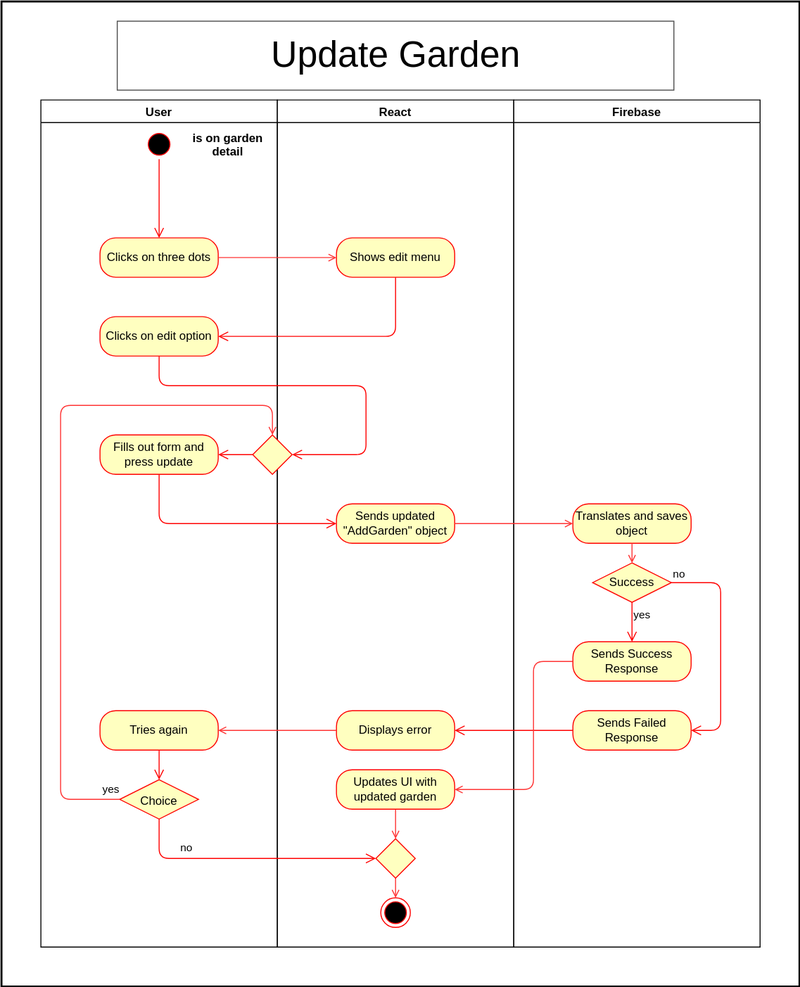
Before: docs/assets/svg/useCaseDiagrams/updateGarden.drawio.svg, a diagram exported from draw.io (Green-Fingers-App/gardeningApp). Source tidied: cells renumbered, new cells last; positions are measured from the earlier drawing's top-left corner, leaving out a move shared by most shapes.
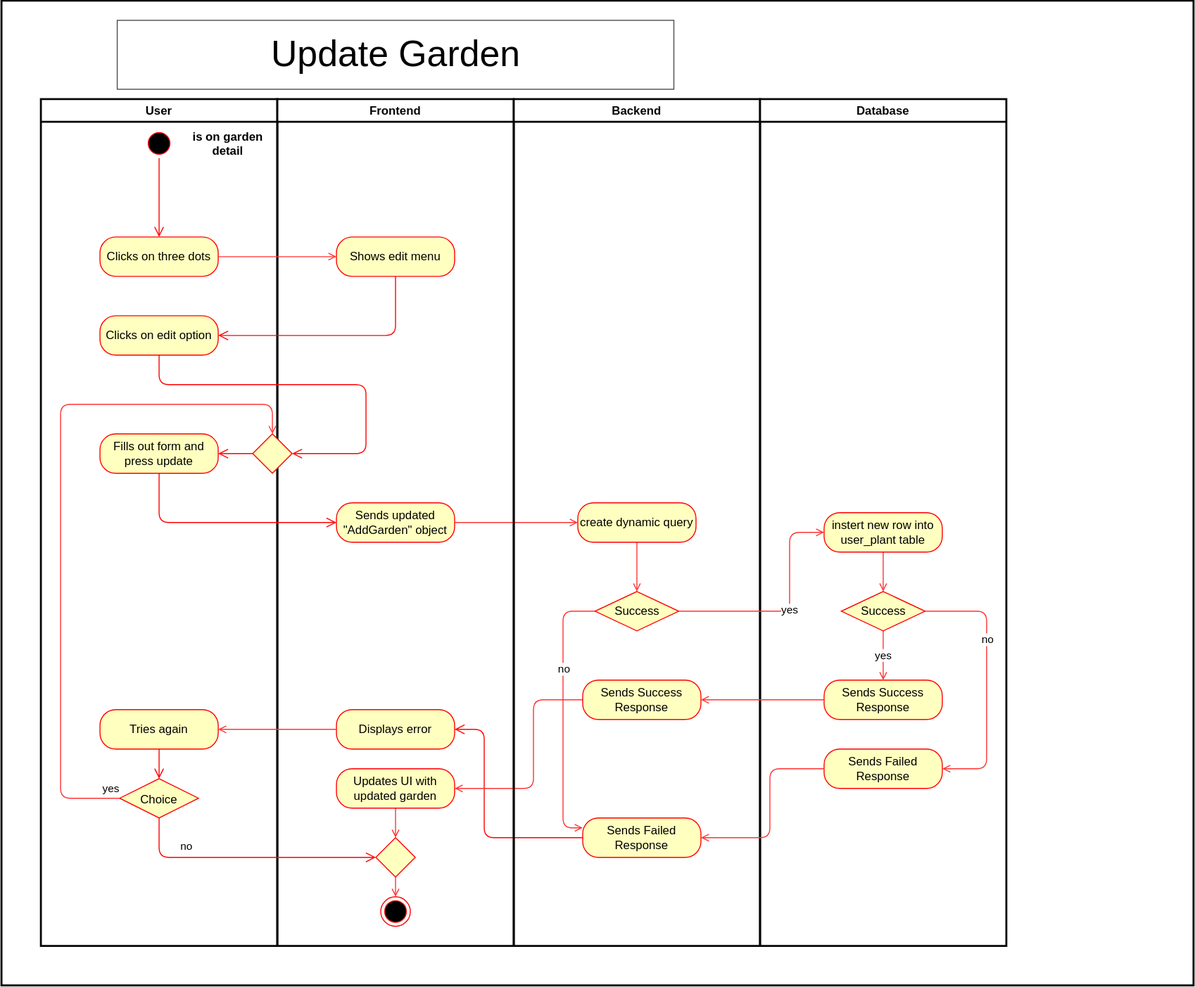
Later version of the same file.

What changed in the source:
```diff
@@ -3,9 +3,9 @@
     <mxCell id="0" />
     <mxCell id="1" parent="0" />
     <mxCell id="2" style="rounded=0;whiteSpace=wrap;html=1;strokeColor=#000000;fillColor=#FFFFFF;strokeWidth=2;" parent="1" vertex="1">
-      <mxGeometry width="810" height="1000" as="geometry" />
+      <mxGeometry width="1210" height="1000" as="geometry" />
     </mxCell>
-    <mxCell id="3" value="User" style="swimlane;strokeColor=#050505;fillColor=#FFFFFF;fontColor=#000000;" parent="1" vertex="1">
+    <mxCell id="3" value="User" style="swimlane;strokeColor=#050505;fillColor=#FFFFFF;fontColor=#000000;strokeWidth=2;" parent="1" vertex="1">
       <mxGeometry x="40" y="100" width="240" height="860" as="geometry" />
     </mxCell>
     <mxCell id="4" style="ellipse;html=1;shape=startState;fillColor=#000000;strokeColor=#ff0000;fontColor=#050505;" parent="3" vertex="1">
@@ -23,7 +23,7 @@
     <mxCell id="8" value="&lt;font style=&quot;font-size: 12px;&quot;&gt;Choice&lt;/font&gt;" style="rhombus;whiteSpace=wrap;html=1;fillColor=#ffffc0;strokeColor=#ff0000;fontSize=18;" parent="3" vertex="1">
       <mxGeometry x="80" y="690" width="80" height="40" as="geometry" />
     </mxCell>
-    <mxCell id="9" value="React" style="swimlane;strokeColor=#050505;fillColor=#FFFFFF;fontColor=#050505;startSize=23;" parent="1" vertex="1">
+    <mxCell id="9" value="Frontend" style="swimlane;strokeColor=#050505;fillColor=#FFFFFF;fontColor=#050505;startSize=23;strokeWidth=2;" parent="1" vertex="1">
       <mxGeometry x="280" y="100" width="240" height="860" as="geometry" />
     </mxCell>
     <mxCell id="10" style="rounded=0;whiteSpace=wrap;html=1;strokeColor=#FFFFFF;fillColor=#FFFFFF;" parent="9" vertex="1">
@@ -53,35 +53,6 @@
     <mxCell id="18" value="Sends updated &quot;AddGarden&quot; object" style="rounded=1;whiteSpace=wrap;html=1;arcSize=40;fontColor=#000000;fillColor=#ffffc0;strokeColor=#ff0000;" parent="9" vertex="1">
       <mxGeometry x="60" y="410" width="120" height="40" as="geometry" />
     </mxCell>
-    <mxCell id="19" value="Firebase" style="swimlane;strokeColor=#050505;fillColor=#FFFFFF;fontColor=#050505;" parent="1" vertex="1">
-      <mxGeometry x="520" y="100" width="250" height="860" as="geometry" />
-    </mxCell>
-    <mxCell id="20" value="Translates and saves object" style="rounded=1;whiteSpace=wrap;html=1;arcSize=40;fontColor=#000000;fillColor=#ffffc0;strokeColor=#ff0000;" parent="19" vertex="1">
-      <mxGeometry x="60" y="410" width="120" height="40" as="geometry" />
-    </mxCell>
-    <mxCell id="21" value="Sends Success Response" style="rounded=1;whiteSpace=wrap;html=1;arcSize=40;fontColor=#000000;fillColor=#ffffc0;strokeColor=#ff0000;" parent="19" vertex="1">
-      <mxGeometry x="60" y="550" width="120" height="40" as="geometry" />
-    </mxCell>
-    <mxCell id="22" value="Sends Failed Response" style="rounded=1;whiteSpace=wrap;html=1;arcSize=40;fontColor=#000000;fillColor=#ffffc0;strokeColor=#ff0000;" parent="19" vertex="1">
-      <mxGeometry x="60" y="620" width="120" height="40" as="geometry" />
-    </mxCell>
-    <mxCell id="23" value="Success" style="rhombus;whiteSpace=wrap;html=1;fillColor=#ffffc0;strokeColor=#ff0000;" parent="19" vertex="1">
-      <mxGeometry x="80" y="470" width="80" height="40" as="geometry" />
-    </mxCell>
-    <mxCell id="24" value="no" style="edgeStyle=orthogonalEdgeStyle;html=1;align=left;verticalAlign=bottom;endArrow=open;endSize=8;strokeColor=#ff0000;entryX=1;entryY=0.5;entryDx=0;entryDy=0;" parent="19" edge="1" source="23" target="22">
-      <mxGeometry x="-1" relative="1" as="geometry">
-        <Array as="points">
-          <mxPoint x="210" y="490" />
-          <mxPoint x="210" y="640" />
-        </Array>
-      </mxGeometry>
-    </mxCell>
-    <mxCell id="25" value="yes" style="edgeStyle=orthogonalEdgeStyle;html=1;align=left;verticalAlign=top;endArrow=open;endSize=8;strokeColor=#ff0000;" parent="19" edge="1" source="23" target="21">
-      <mxGeometry x="-1" relative="1" as="geometry" />
-    </mxCell>
-    <mxCell id="26" style="edgeStyle=none;html=1;entryX=0.5;entryY=0;entryDx=0;entryDy=0;strokeColor=#FF3333;endArrow=open;endFill=0;" parent="19" edge="1" source="20" target="23">
-      <mxGeometry relative="1" as="geometry" />
-    </mxCell>
     <mxCell id="27" style="edgeStyle=orthogonalEdgeStyle;html=1;verticalAlign=bottom;endArrow=open;endSize=8;strokeColor=#ff0000;entryX=1;entryY=0.5;entryDx=0;entryDy=0;" parent="1" edge="1" source="12" target="29">
       <mxGeometry relative="1" as="geometry">
         <Array as="points">
@@ -117,16 +88,21 @@
         </Array>
       </mxGeometry>
     </mxCell>
-    <mxCell id="34" style="edgeStyle=none;html=1;strokeColor=#FF3333;endArrow=open;endFill=0;" parent="1" edge="1" source="18" target="20">
+    <mxCell id="34" style="edgeStyle=none;html=1;strokeColor=#FF3333;endArrow=open;endFill=0;entryX=0;entryY=0.5;entryDx=0;entryDy=0;" parent="1" edge="1" source="18" target="46">
       <mxGeometry relative="1" as="geometry" />
     </mxCell>
-    <mxCell id="35" style="edgeStyle=orthogonalEdgeStyle;html=1;verticalAlign=bottom;endArrow=open;endSize=8;strokeColor=#ff0000;" parent="1" edge="1" source="22" target="16">
-      <mxGeometry relative="1" as="geometry" />
+    <mxCell id="35" style="edgeStyle=orthogonalEdgeStyle;html=1;verticalAlign=bottom;endArrow=open;endSize=8;strokeColor=#ff0000;exitX=0;exitY=0.5;exitDx=0;exitDy=0;" parent="1" edge="1" source="48" target="16">
+      <mxGeometry relative="1" as="geometry">
+        <Array as="points">
+          <mxPoint x="490" y="850" />
+          <mxPoint x="490" y="740" />
+        </Array>
+      </mxGeometry>
     </mxCell>
-    <mxCell id="36" style="edgeStyle=none;html=1;entryX=1;entryY=0.5;entryDx=0;entryDy=0;strokeColor=#FF3333;endArrow=open;endFill=0;" parent="1" edge="1" source="21" target="14">
+    <mxCell id="36" style="edgeStyle=none;html=1;entryX=1;entryY=0.5;entryDx=0;entryDy=0;strokeColor=#FF3333;endArrow=open;endFill=0;exitX=0;exitY=0.5;exitDx=0;exitDy=0;" parent="1" edge="1" source="47" target="14">
       <mxGeometry relative="1" as="geometry">
         <Array as="points">
-          <mxPoint x="540" y="670" />
+          <mxPoint x="540" y="710" />
           <mxPoint x="540" y="800" />
         </Array>
       </mxGeometry>
@@ -162,5 +138,87 @@
     <mxCell id="43" value="&lt;font style=&quot;background-color: rgb(255, 255, 255); font-size: 37px;&quot; color=&quot;#000000&quot;&gt;Update Garden&lt;/font&gt;" style="rounded=0;whiteSpace=wrap;html=1;fillColor=#FFFFFF;strokeColor=#4D4D4D;" parent="1" vertex="1">
       <mxGeometry x="117.5" y="20" width="565" height="70" as="geometry" />
     </mxCell>
+    <mxCell id="44" value="Backend" style="swimlane;strokeColor=#050505;fillColor=#FFFFFF;fontColor=#050505;strokeWidth=2;" parent="1" vertex="1">
+      <mxGeometry x="520" y="100" width="250" height="860" as="geometry" />
+    </mxCell>
+    <mxCell id="45" style="edgeStyle=none;html=1;strokeColor=#FF3333;rounded=1;curved=0;endArrow=open;endFill=0;" parent="44" edge="1" source="46" target="51">
+      <mxGeometry relative="1" as="geometry" />
+    </mxCell>
+    <mxCell id="46" value="create dynamic query" style="rounded=1;whiteSpace=wrap;html=1;arcSize=40;fontColor=#000000;fillColor=#ffffc0;strokeColor=#ff0000;" parent="44" vertex="1">
+      <mxGeometry x="65" y="410" width="120" height="40" as="geometry" />
+    </mxCell>
+    <mxCell id="47" value="Sends Success Response" style="rounded=1;whiteSpace=wrap;html=1;arcSize=40;fontColor=#000000;fillColor=#ffffc0;strokeColor=#ff0000;" parent="44" vertex="1">
+      <mxGeometry x="70" y="590" width="120" height="40" as="geometry" />
+    </mxCell>
+    <mxCell id="48" value="Sends Failed Response" style="rounded=1;whiteSpace=wrap;html=1;arcSize=40;fontColor=#000000;fillColor=#ffffc0;strokeColor=#ff0000;" parent="44" vertex="1">
+      <mxGeometry x="70" y="730" width="120" height="40" as="geometry" />
+    </mxCell>
+    <mxCell id="49" style="edgeStyle=none;html=1;entryX=0;entryY=0.25;entryDx=0;entryDy=0;strokeColor=#FF3333;endArrow=open;endFill=0;" parent="44" edge="1" source="51" target="48">
+      <mxGeometry relative="1" as="geometry">
+        <Array as="points">
+          <mxPoint x="50" y="520" />
+          <mxPoint x="50" y="740" />
+        </Array>
+      </mxGeometry>
+    </mxCell>
+    <mxCell id="50" value="no" style="edgeLabel;html=1;align=center;verticalAlign=middle;" parent="49" vertex="1">
+      <mxGeometry x="-0.34" relative="1" as="geometry">
+        <mxPoint y="1" as="offset" />
+      </mxGeometry>
+    </mxCell>
+    <mxCell id="51" value="Success" style="rhombus;whiteSpace=wrap;html=1;fillColor=#ffffc0;strokeColor=#ff0000;" parent="44" vertex="1">
+      <mxGeometry x="82.5" y="500" width="85" height="40" as="geometry" />
+    </mxCell>
+    <mxCell id="52" value="Database" style="swimlane;strokeColor=#050505;fillColor=#FFFFFF;fontColor=#050505;strokeWidth=2;" parent="1" vertex="1">
+      <mxGeometry x="770" y="100" width="250" height="860" as="geometry" />
+    </mxCell>
+    <mxCell id="53" style="edgeStyle=none;html=1;entryX=0.5;entryY=0;entryDx=0;entryDy=0;strokeColor=#FF3333;endArrow=open;endFill=0;" parent="52" edge="1" source="54" target="60">
+      <mxGeometry relative="1" as="geometry" />
+    </mxCell>
+    <mxCell id="54" value="instert new row into user_plant table" style="rounded=1;whiteSpace=wrap;html=1;arcSize=40;fontColor=#000000;fillColor=#ffffc0;strokeColor=#ff0000;" parent="52" vertex="1">
+      <mxGeometry x="65" y="420" width="120" height="40" as="geometry" />
+    </mxCell>
+    <mxCell id="55" value="Sends Success Response" style="rounded=1;whiteSpace=wrap;html=1;arcSize=40;fontColor=#000000;fillColor=#ffffc0;strokeColor=#ff0000;" parent="52" vertex="1">
+      <mxGeometry x="65" y="590" width="120" height="40" as="geometry" />
+    </mxCell>
+    <mxCell id="56" value="Sends Failed Response" style="rounded=1;whiteSpace=wrap;html=1;arcSize=40;fontColor=#000000;fillColor=#ffffc0;strokeColor=#ff0000;" parent="52" vertex="1">
+      <mxGeometry x="65" y="660" width="120" height="40" as="geometry" />
+    </mxCell>
+    <mxCell id="57" value="yes" style="edgeStyle=none;html=1;entryX=0.5;entryY=0;entryDx=0;entryDy=0;exitX=0.5;exitY=1;exitDx=0;exitDy=0;strokeColor=#FF3333;endArrow=open;endFill=0;" parent="52" edge="1" source="60" target="55">
+      <mxGeometry relative="1" as="geometry" />
+    </mxCell>
+    <mxCell id="58" style="edgeStyle=none;html=1;entryX=1;entryY=0.5;entryDx=0;entryDy=0;strokeColor=#FF3333;endArrow=open;endFill=0;" parent="52" edge="1" source="60" target="56">
+      <mxGeometry relative="1" as="geometry">
+        <Array as="points">
+          <mxPoint x="230" y="520" />
+          <mxPoint x="230" y="680" />
+        </Array>
+      </mxGeometry>
+    </mxCell>
+    <mxCell id="59" value="no" style="edgeLabel;html=1;align=center;verticalAlign=middle;" parent="58" vertex="1">
+      <mxGeometry x="-0.31" relative="1" as="geometry" />
+    </mxCell>
+    <mxCell id="60" value="Success" style="rhombus;whiteSpace=wrap;html=1;fillColor=#ffffc0;strokeColor=#ff0000;" parent="52" vertex="1">
+      <mxGeometry x="82.5" y="500" width="85" height="40" as="geometry" />
+    </mxCell>
+    <mxCell id="61" style="edgeStyle=none;html=1;strokeColor=#FF3333;endArrow=open;endFill=0;" parent="1" edge="1" source="55" target="47">
+      <mxGeometry relative="1" as="geometry" />
+    </mxCell>
+    <mxCell id="62" style="edgeStyle=none;html=1;entryX=1;entryY=0.5;entryDx=0;entryDy=0;strokeColor=#FF3333;endArrow=open;endFill=0;" parent="1" edge="1" source="56" target="48">
+      <mxGeometry relative="1" as="geometry">
+        <Array as="points">
+          <mxPoint x="780" y="780" />
+          <mxPoint x="780" y="850" />
+        </Array>
+      </mxGeometry>
+    </mxCell>
+    <mxCell id="63" value="yes" style="edgeStyle=none;html=1;entryX=0;entryY=0.5;entryDx=0;entryDy=0;strokeColor=#FF3333;endArrow=open;endFill=0;" parent="1" edge="1" source="51" target="54">
+      <mxGeometry relative="1" as="geometry">
+        <Array as="points">
+          <mxPoint x="800" y="620" />
+          <mxPoint x="800" y="540" />
+        </Array>
+      </mxGeometry>
+    </mxCell>
   </root>
 </mxGraphModel>
```
